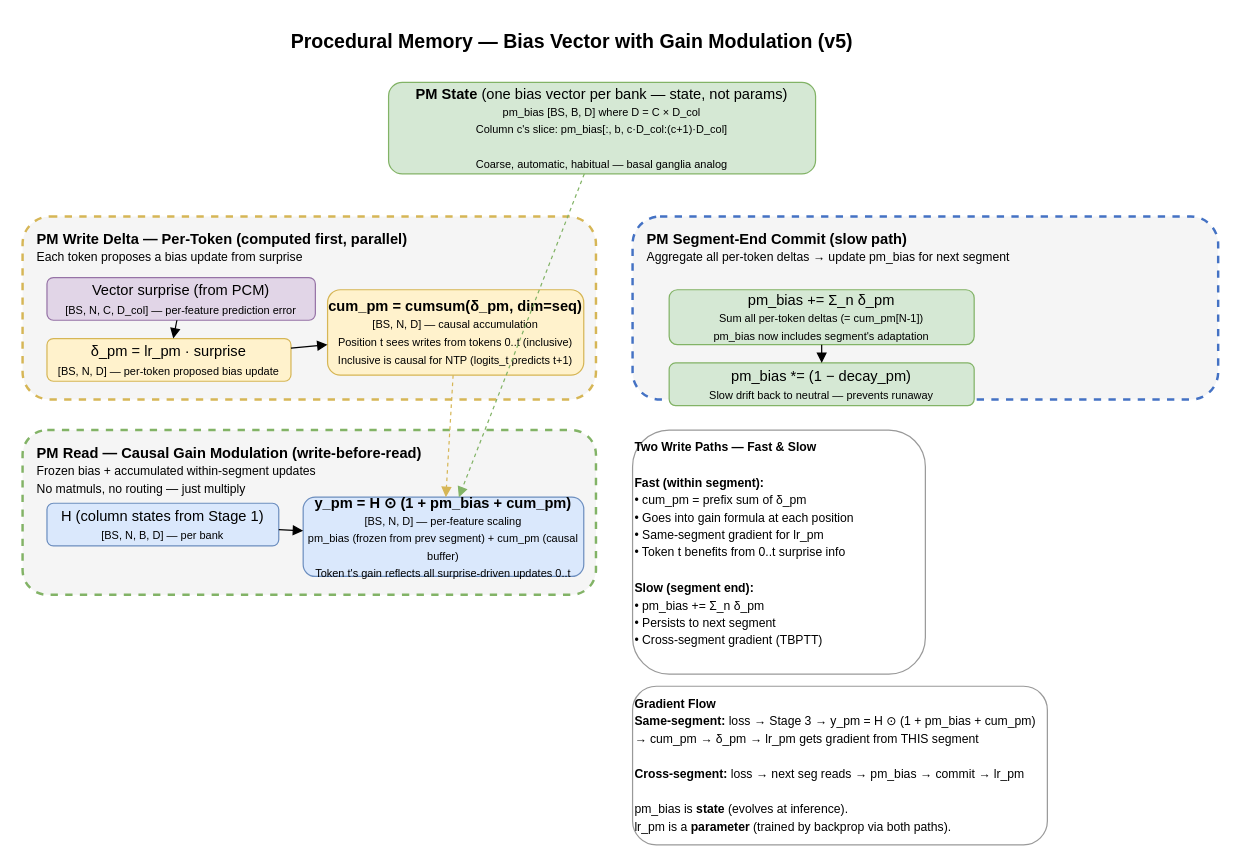
The draw.io diagram docs/diagrams/pm_workflow.drawio in alxdofficial/neuromorphic, before the edit. Source tidied: cells renumbered, new cells numbered last; positions are measured from the earlier drawing's top-left corner, leaving out a move shared by most shapes. Both pictures are drawn from the tidied source at 122%, with x=0, y=0 at pixel (22, 21).
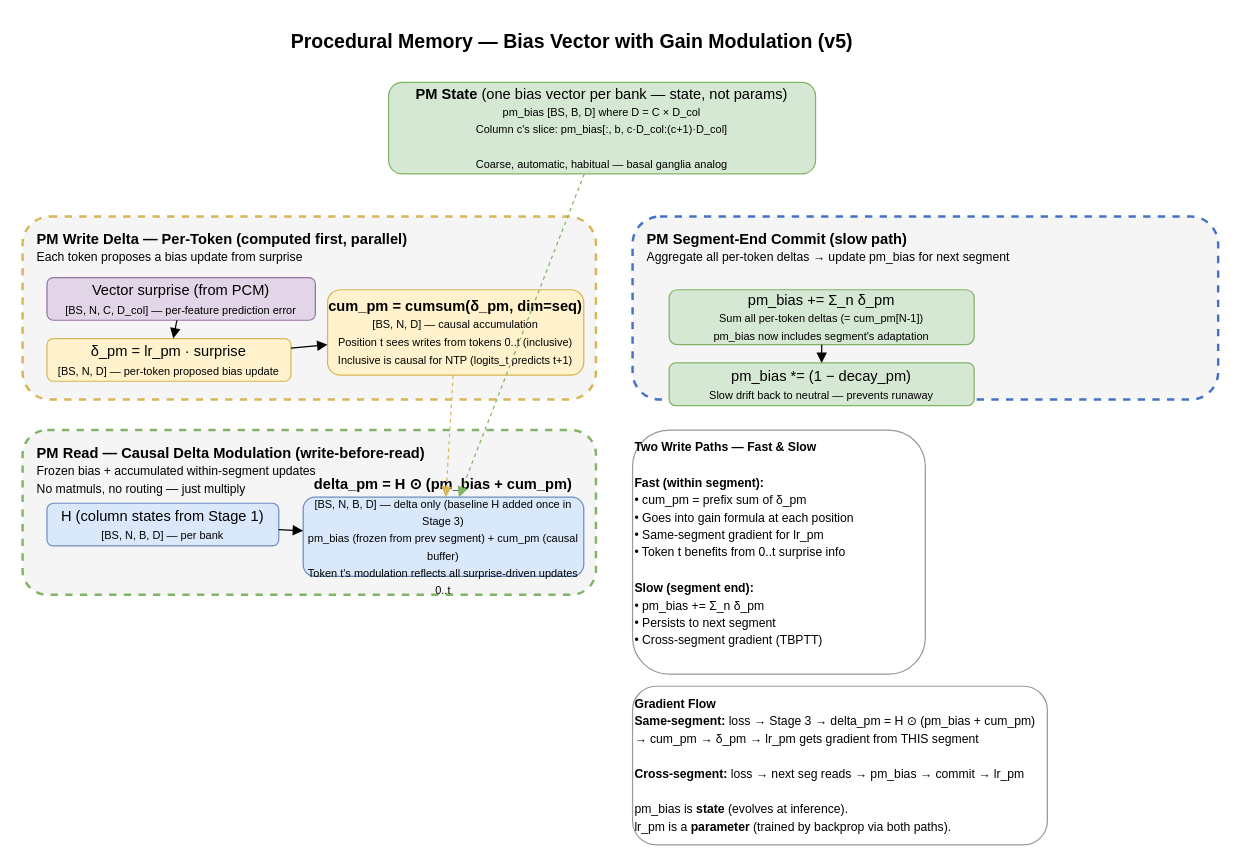
The same diagram, later.

Diff of the diagram source:
```diff
@@
-    <mxCell id="12" value="&lt;b&gt;PM Read — Causal Gain Modulation (write-before-read)&lt;/b&gt;&lt;br&gt;&lt;font style=&quot;font-size:10px&quot;&gt;Frozen bias + accumulated within-segment updates&lt;br&gt;No matmuls, no routing — just multiply&lt;/font&gt;" style="text;html=1;align=left;fontSize=12;" parent="1" vertex="1">
+    <mxCell id="12" value="&lt;b&gt;PM Read — Causal Delta Modulation (write-before-read)&lt;/b&gt;&lt;br&gt;&lt;font style=&quot;font-size:10px&quot;&gt;Frozen bias + accumulated within-segment updates&lt;br&gt;No matmuls, no routing — just multiply&lt;/font&gt;" style="text;html=1;align=left;fontSize=12;" parent="1" vertex="1">
       <mxGeometry x="10" y="340" width="450" height="45" as="geometry" />
     </mxCell>
@@
-    <mxCell id="14" value="&lt;b&gt;y_pm = H ⊙ (1 + pm_bias + cum_pm)&lt;/b&gt;&lt;br&gt;&lt;font style=&quot;font-size:9px&quot;&gt;[BS, N, D] — per-feature scaling&lt;br&gt;pm_bias (frozen from prev segment) + cum_pm (causal buffer)&lt;br&gt;Token t's gain reflects all surprise-driven updates 0..t&lt;/font&gt;" style="rounded=1;whiteSpace=wrap;html=1;fillColor=#dae8fc;strokeColor=#6c8ebf;" parent="1" vertex="1">
+    <mxCell id="14" value="&lt;b&gt;delta_pm = H ⊙ (pm_bias + cum_pm)&lt;/b&gt;&lt;br&gt;&lt;font style=&quot;font-size:9px&quot;&gt;[BS, N, B, D] — delta only (baseline H added once in Stage 3)&lt;br&gt;pm_bias (frozen from prev segment) + cum_pm (causal buffer)&lt;br&gt;Token t's modulation reflects all surprise-driven updates 0..t&lt;/font&gt;" style="rounded=1;whiteSpace=wrap;html=1;fillColor=#dae8fc;strokeColor=#6c8ebf;" parent="1" vertex="1">
       <mxGeometry x="230" y="390" width="230" height="65" as="geometry" />
     </mxCell>
@@
-    <mxCell id="24" value="&lt;font style=&quot;font-size:10px&quot;&gt;&lt;b&gt;Gradient Flow&lt;/b&gt;&lt;br&gt;&lt;b&gt;Same-segment:&lt;/b&gt; loss → Stage 3 → y_pm = H ⊙ (1 + pm_bias + cum_pm)&lt;br&gt;→ cum_pm → δ_pm → lr_pm gets gradient from THIS segment&lt;br&gt;&lt;br&gt;&lt;b&gt;Cross-segment:&lt;/b&gt; loss → next seg reads → pm_bias → commit → lr_pm&lt;br&gt;&lt;br&gt;pm_bias is &lt;b&gt;state&lt;/b&gt; (evolves at inference).&lt;br&gt;lr_pm is a &lt;b&gt;parameter&lt;/b&gt; (trained by backprop via both paths).&lt;/font&gt;" style="text;html=1;align=left;verticalAlign=top;fillColor=none;strokeColor=#999999;rounded=1;" parent="1" vertex="1">
+    <mxCell id="24" value="&lt;font style=&quot;font-size:10px&quot;&gt;&lt;b&gt;Gradient Flow&lt;/b&gt;&lt;br&gt;&lt;b&gt;Same-segment:&lt;/b&gt; loss → Stage 3 → delta_pm = H ⊙ (pm_bias + cum_pm)&lt;br&gt;→ cum_pm → δ_pm → lr_pm gets gradient from THIS segment&lt;br&gt;&lt;br&gt;&lt;b&gt;Cross-segment:&lt;/b&gt; loss → next seg reads → pm_bias → commit → lr_pm&lt;br&gt;&lt;br&gt;pm_bias is &lt;b&gt;state&lt;/b&gt; (evolves at inference).&lt;br&gt;lr_pm is a &lt;b&gt;parameter&lt;/b&gt; (trained by backprop via both paths).&lt;/font&gt;" style="text;html=1;align=left;verticalAlign=top;fillColor=none;strokeColor=#999999;rounded=1;" parent="1" vertex="1">
       <mxGeometry x="500" y="545" width="340" height="130" as="geometry" />
     </mxCell>
```
